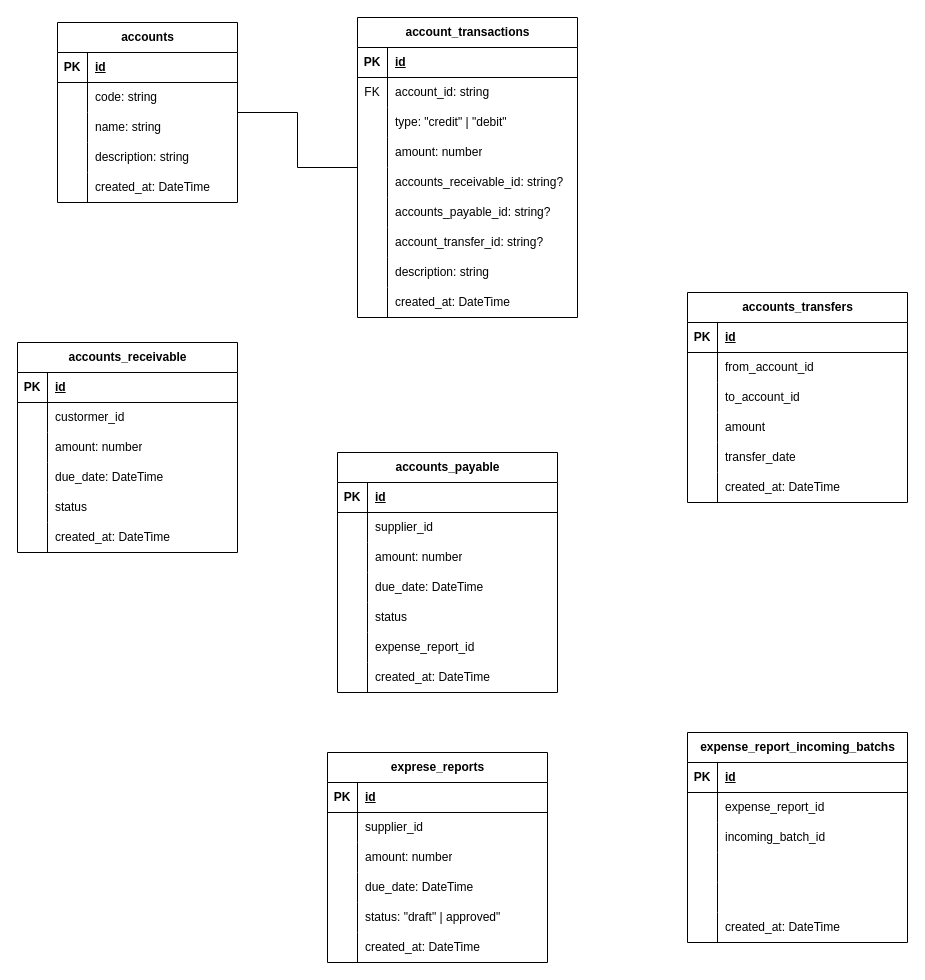
Earlier version of the draw.io diagram Maanain-Roles.drawio (eldoncosta1/diagrams). Source tidied: cells renumbered, new cells numbered last; positions are measured from the earlier drawing's top-left corner, leaving out a move shared by most shapes. Both pictures are drawn from the tidied source at 100%, with x=0, y=0 at pixel (17, 17).
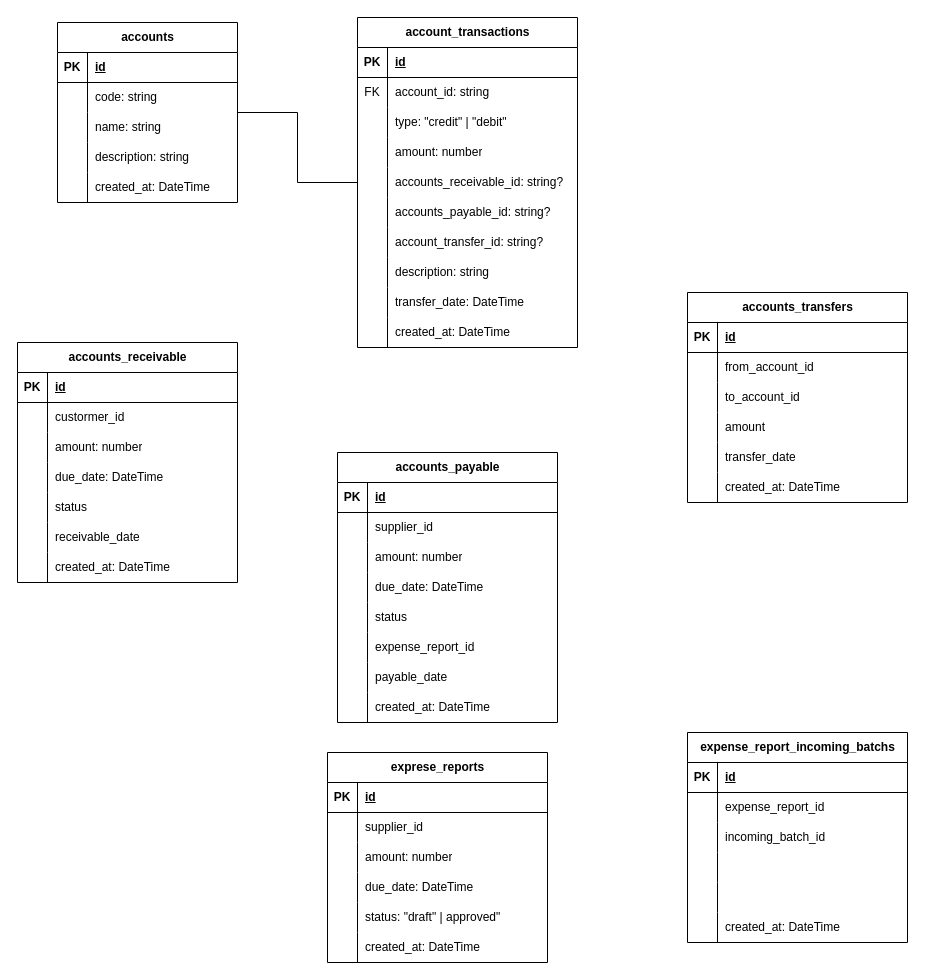
After the change.

The change refers to these unchanged cells:
```xml
<mxCell id="44" style="shape=tableRow;horizontal=0;startSize=0;swimlaneHead=0;swimlaneBody=0;fillColor=none;top=0;left=0;right=0;bottom=0;" parent="19" vertex="1">
  <mxGeometry y="270" width="220" height="30" as="geometry" />
</mxCell>
<mxCell id="63" style="shape=tableRow;horizontal=0;startSize=0;swimlaneHead=0;swimlaneBody=0;fillColor=none;top=0;left=0;right=0;bottom=0;" parent="47" vertex="1">
  <mxGeometry y="180" width="220" height="30" as="geometry" />
</mxCell>
<mxCell id="85" style="shape=tableRow;horizontal=0;startSize=0;swimlaneHead=0;swimlaneBody=0;fillColor=none;top=0;left=0;right=0;bottom=0;" parent="66" vertex="1">
  <mxGeometry y="210" width="220" height="30" as="geometry" />
</mxCell>
```

Diff of the diagram source:
```diff
@@
     <mxCell id="19" value="account_transactions" style="shape=table;startSize=30;childLayout=tableLayout;rowLines=0;fontStyle=1;align=center;html=1;" parent="1" vertex="1">
-      <mxGeometry x="340" width="220" height="300" as="geometry" />
+      <mxGeometry x="340" width="220" height="330" as="geometry" />
     </mxCell>
@@
-    <mxCell id="46" value="created_at: DateTime" style="shape=partialRectangle;fillColor=none;top=0;left=0;bottom=0;right=0;align=left;spacingLeft=6;overflow=hidden;whiteSpace=wrap;html=1;" parent="44" vertex="1">
+    <mxCell id="46" value="transfer_date: DateTime" style="shape=partialRectangle;fillColor=none;top=0;left=0;bottom=0;right=0;align=left;spacingLeft=6;overflow=hidden;whiteSpace=wrap;html=1;" parent="44" vertex="1">
       <mxGeometry x="30" width="190" height="30" as="geometry" />
     </mxCell>
+    <mxCell id="145" style="shape=tableRow;horizontal=0;startSize=0;swimlaneHead=0;swimlaneBody=0;fillColor=none;top=0;left=0;right=0;bottom=0;" parent="19" vertex="1">
+      <mxGeometry y="300" width="220" height="30" as="geometry" />
+    </mxCell>
+    <mxCell id="146" style="shape=partialRectangle;fillColor=none;top=0;left=0;bottom=0;right=0;overflow=hidden;whiteSpace=wrap;html=1;" parent="145" vertex="1">
+      <mxGeometry width="30" height="30" as="geometry" />
+    </mxCell>
+    <mxCell id="147" value="created_at: DateTime" style="shape=partialRectangle;fillColor=none;top=0;left=0;bottom=0;right=0;align=left;spacingLeft=6;overflow=hidden;whiteSpace=wrap;html=1;" parent="145" vertex="1">
+      <mxGeometry x="30" width="190" height="30" as="geometry" />
+    </mxCell>
     <mxCell id="47" value="accounts_receivable" style="shape=table;startSize=30;childLayout=tableLayout;rowLines=0;fontStyle=1;align=center;html=1;" parent="1" vertex="1">
-      <mxGeometry y="325" width="220" height="210" as="geometry" />
+      <mxGeometry y="325" width="220" height="240" as="geometry" />
     </mxCell>
@@
-    <mxCell id="65" value="created_at: DateTime" style="shape=partialRectangle;fillColor=none;top=0;left=0;bottom=0;right=0;align=left;spacingLeft=6;overflow=hidden;whiteSpace=wrap;html=1;" parent="63" vertex="1">
+    <mxCell id="65" value="receivable_date" style="shape=partialRectangle;fillColor=none;top=0;left=0;bottom=0;right=0;align=left;spacingLeft=6;overflow=hidden;whiteSpace=wrap;html=1;" parent="63" vertex="1">
       <mxGeometry x="30" width="190" height="30" as="geometry" />
     </mxCell>
+    <mxCell id="148" style="shape=tableRow;horizontal=0;startSize=0;swimlaneHead=0;swimlaneBody=0;fillColor=none;top=0;left=0;right=0;bottom=0;" parent="47" vertex="1">
+      <mxGeometry y="210" width="220" height="30" as="geometry" />
+    </mxCell>
+    <mxCell id="149" style="shape=partialRectangle;fillColor=none;top=0;left=0;bottom=0;right=0;overflow=hidden;whiteSpace=wrap;html=1;" parent="148" vertex="1">
+      <mxGeometry width="30" height="30" as="geometry" />
+    </mxCell>
+    <mxCell id="150" value="created_at: DateTime" style="shape=partialRectangle;fillColor=none;top=0;left=0;bottom=0;right=0;align=left;spacingLeft=6;overflow=hidden;whiteSpace=wrap;html=1;" parent="148" vertex="1">
+      <mxGeometry x="30" width="190" height="30" as="geometry" />
+    </mxCell>
     <mxCell id="66" value="accounts_payable" style="shape=table;startSize=30;childLayout=tableLayout;rowLines=0;fontStyle=1;align=center;html=1;" parent="1" vertex="1">
-      <mxGeometry x="320" y="435" width="220" height="240" as="geometry" />
+      <mxGeometry x="320" y="435" width="220" height="270" as="geometry" />
     </mxCell>
@@
-    <mxCell id="87" value="created_at: DateTime" style="shape=partialRectangle;fillColor=none;top=0;left=0;bottom=0;right=0;align=left;spacingLeft=6;overflow=hidden;whiteSpace=wrap;html=1;" parent="85" vertex="1">
+    <mxCell id="87" value="payable_date" style="shape=partialRectangle;fillColor=none;top=0;left=0;bottom=0;right=0;align=left;spacingLeft=6;overflow=hidden;whiteSpace=wrap;html=1;" parent="85" vertex="1">
       <mxGeometry x="30" width="190" height="30" as="geometry" />
     </mxCell>
+    <mxCell id="151" style="shape=tableRow;horizontal=0;startSize=0;swimlaneHead=0;swimlaneBody=0;fillColor=none;top=0;left=0;right=0;bottom=0;" parent="66" vertex="1">
+      <mxGeometry y="240" width="220" height="30" as="geometry" />
+    </mxCell>
+    <mxCell id="152" style="shape=partialRectangle;fillColor=none;top=0;left=0;bottom=0;right=0;overflow=hidden;whiteSpace=wrap;html=1;" parent="151" vertex="1">
+      <mxGeometry width="30" height="30" as="geometry" />
+    </mxCell>
+    <mxCell id="153" value="created_at: DateTime" style="shape=partialRectangle;fillColor=none;top=0;left=0;bottom=0;right=0;align=left;spacingLeft=6;overflow=hidden;whiteSpace=wrap;html=1;" parent="151" vertex="1">
+      <mxGeometry x="30" width="190" height="30" as="geometry" />
+    </mxCell>
```
